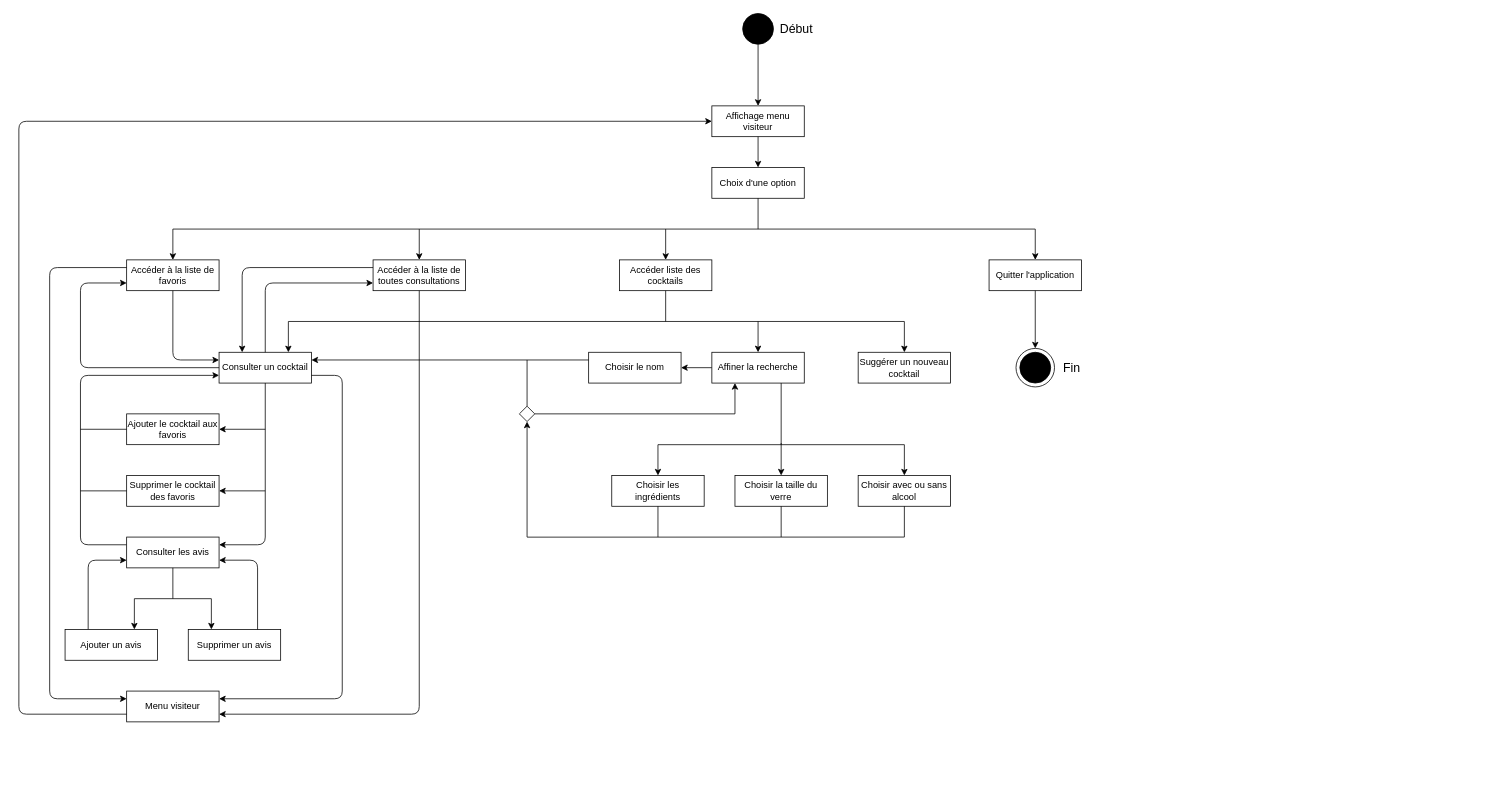
This is Diagramme d'état du menu administrateur.drawio from wahib299/ProjetInfo2A, a draw.io file, before an edit. Source tidied: cells renumbered, new cells numbered last; positions are measured from the earlier drawing's top-left corner, leaving out a move shared by most shapes. Both pictures are drawn from the tidied source at 77%, with x=0, y=0 at pixel (18, 13).
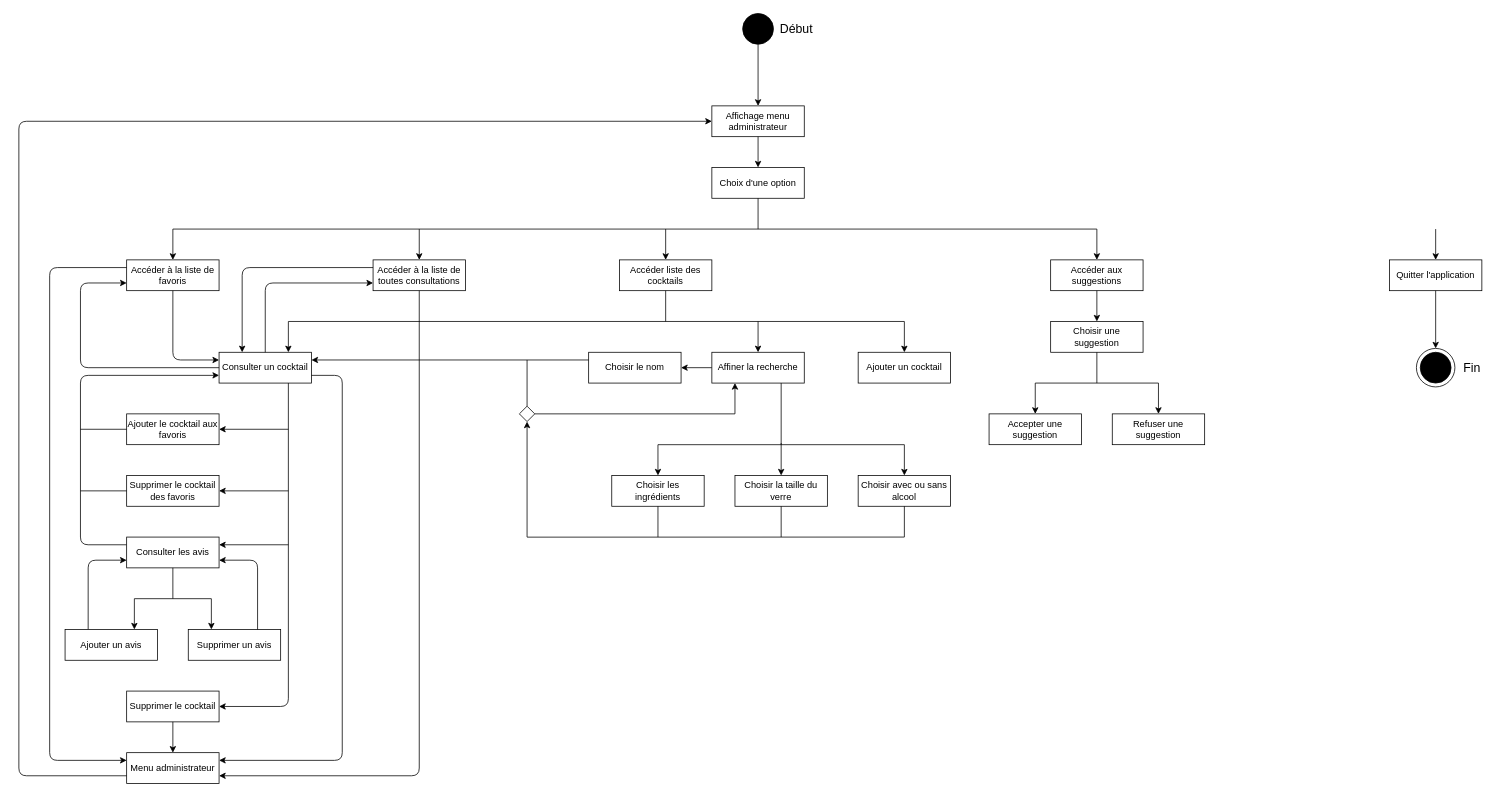
The same diagram, later.

Unchanged cells that the change refers to:
```xml
<mxCell id="31" value="Consulter un cocktail" style="rounded=0;whiteSpace=wrap;html=1;fillColor=#FFFFFF;" parent="1" vertex="1">
  <mxGeometry x="260" y="440" width="120" height="40" as="geometry" />
</mxCell>
<mxCell id="35" value="Supprimer le cocktail des favoris" style="rounded=0;whiteSpace=wrap;html=1;fillColor=#FFFFFF;" parent="1" vertex="1">
  <mxGeometry x="140" y="600" width="120" height="40" as="geometry" />
</mxCell>
<mxCell id="46" value="Accéder à la liste de favoris" style="rounded=0;whiteSpace=wrap;html=1;fillColor=#FFFFFF;" parent="1" vertex="1">
  <mxGeometry x="140" y="320" width="120" height="40" as="geometry" />
</mxCell>
<mxCell id="47" value="Ajouter le cocktail aux favoris" style="rounded=0;whiteSpace=wrap;html=1;fillColor=#FFFFFF;" parent="1" vertex="1">
  <mxGeometry x="140" y="520" width="120" height="40" as="geometry" />
</mxCell>
<mxCell id="54" value="Consulter les avis" style="rounded=0;whiteSpace=wrap;html=1;fillColor=#FFFFFF;" parent="1" vertex="1">
  <mxGeometry x="140" y="680" width="120" height="40" as="geometry" />
</mxCell>
<mxCell id="65" value="Accéder à la liste de toutes consultations" style="rounded=0;whiteSpace=wrap;html=1;fillColor=#FFFFFF;" parent="1" vertex="1">
  <mxGeometry x="460" y="320" width="120" height="40" as="geometry" />
</mxCell>
```

The edit, as a diff of the source:
```diff
@@
-    <mxCell id="3" value="Affichage menu visiteur" style="rounded=0;whiteSpace=wrap;html=1;fillColor=#FFFFFF;" parent="1" vertex="1">
+    <mxCell id="3" value="Affichage menu administrateur" style="rounded=0;whiteSpace=wrap;html=1;fillColor=#FFFFFF;" parent="1" vertex="1">
       <mxGeometry x="900" y="120" width="120" height="40" as="geometry" />
     </mxCell>
     <mxCell id="4" style="endArrow=none;html=1;" parent="1" edge="1">
       <mxGeometry relative="1" as="geometry">
         <mxPoint x="200" y="280" as="sourcePoint" />
-        <mxPoint x="1320" y="280" as="targetPoint" />
+        <mxPoint x="1400" y="280" as="targetPoint" />
       </mxGeometry>
     </mxCell>
@@
     <mxCell id="9" value="Quitter l'application" style="rounded=0;whiteSpace=wrap;html=1;fillColor=#FFFFFF;" parent="1" vertex="1">
-      <mxGeometry x="1260" y="320" width="120" height="40" as="geometry" />
+      <mxGeometry x="1780" y="320" width="120" height="40" as="geometry" />
     </mxCell>
     <mxCell id="10" style="endArrow=classic;html=1;entryX=0.5;entryY=0;entryDx=0;entryDy=0;" parent="1" edge="1" target="9">
       <mxGeometry relative="1" as="geometry">
-        <mxPoint x="1320" y="280" as="sourcePoint" />
+        <mxPoint x="1840" y="280" as="sourcePoint" />
       </mxGeometry>
     </mxCell>
     <mxCell id="11" style="ellipse;whiteSpace=wrap;html=1;fillColor=none;" parent="1" vertex="1">
-      <mxGeometry x="1295" y="435" width="50" height="50" as="geometry" />
+      <mxGeometry x="1815" y="435" width="50" height="50" as="geometry" />
     </mxCell>
     <mxCell id="12" style="ellipse;whiteSpace=wrap;html=1;fillColor=#000000;" parent="1" vertex="1">
-      <mxGeometry x="1300" y="440" width="40" height="40" as="geometry" />
+      <mxGeometry x="1820" y="440" width="40" height="40" as="geometry" />
     </mxCell>
@@
     <mxCell id="14" value="&lt;font style=&quot;font-size: 16px&quot;&gt;Fin&lt;/font&gt;" style="text;html=1;strokeColor=none;fillColor=none;align=center;verticalAlign=middle;whiteSpace=wrap;rounded=0;" parent="1" vertex="1">
-      <mxGeometry x="1345" y="450" width="45" height="20" as="geometry" />
+      <mxGeometry x="1865" y="450" width="45" height="20" as="geometry" />
     </mxCell>
@@
-    <mxCell id="36" value="Menu visiteur" style="rounded=0;whiteSpace=wrap;html=1;fillColor=#FFFFFF;" parent="1" vertex="1">
-      <mxGeometry x="140" y="880" width="120" height="40" as="geometry" />
+    <mxCell id="36" value="Menu administrateur" style="rounded=0;whiteSpace=wrap;html=1;fillColor=#FFFFFF;" parent="1" vertex="1">
+      <mxGeometry x="140" y="960" width="120" height="40" as="geometry" />
     </mxCell>
@@
     <mxCell id="50" style="endArrow=classic;html=1;entryX=0;entryY=0.5;entryDx=0;entryDy=0;exitX=0;exitY=0.75;exitDx=0;exitDy=0;" parent="1" edge="1" source="36" target="3">
       <mxGeometry relative="1" as="geometry">
         <Array as="points">
-          <mxPoint y="910" />
+          <mxPoint y="990" />
           <mxPoint y="140" />
         </Array>
       </mxGeometry>
     </mxCell>
@@
     <mxCell id="53" style="endArrow=classic;html=1;exitX=0;exitY=0.25;exitDx=0;exitDy=0;entryX=0;entryY=0.25;entryDx=0;entryDy=0;" parent="1" edge="1" source="46" target="36">
       <mxGeometry relative="1" as="geometry">
         <Array as="points">
           <mxPoint x="40" y="330" />
-          <mxPoint x="40" y="890" />
+          <mxPoint x="40" y="970" />
         </Array>
       </mxGeometry>
     </mxCell>
@@
-    <mxCell id="56" style="endArrow=classic;html=1;exitX=0.5;exitY=1;exitDx=0;exitDy=0;" parent="1" edge="1" source="31">
+    <mxCell id="56" style="endArrow=classic;html=1;exitX=0.75;exitY=1;exitDx=0;exitDy=0;entryX=1;entryY=0.5;entryDx=0;entryDy=0;" parent="1" edge="1" source="31" target="76">
       <mxGeometry relative="1" as="geometry">
-        <mxPoint x="260" y="690" as="targetPoint" />
         <Array as="points">
-          <mxPoint x="320" y="690" />
+          <mxPoint x="350" y="900" />
         </Array>
       </mxGeometry>
     </mxCell>
     <mxCell id="57" style="endArrow=classic;html=1;entryX=1;entryY=0.5;entryDx=0;entryDy=0;" parent="1" edge="1" target="47">
       <mxGeometry relative="1" as="geometry">
-        <mxPoint x="320" y="540" as="sourcePoint" />
+        <mxPoint x="350" y="540" as="sourcePoint" />
       </mxGeometry>
     </mxCell>
@@
     <mxCell id="59" style="endArrow=classic;html=1;entryX=1;entryY=0.25;entryDx=0;entryDy=0;exitX=1;exitY=0.75;exitDx=0;exitDy=0;" parent="1" edge="1" source="31" target="36">
       <mxGeometry relative="1" as="geometry">
         <Array as="points">
           <mxPoint x="420" y="470" />
-          <mxPoint x="420" y="890" />
+          <mxPoint x="420" y="970" />
         </Array>
       </mxGeometry>
     </mxCell>
     <mxCell id="60" style="endArrow=classic;html=1;entryX=1;entryY=0.5;entryDx=0;entryDy=0;" parent="1" edge="1" target="35">
       <mxGeometry relative="1" as="geometry">
-        <mxPoint x="320" y="620" as="sourcePoint" />
+        <mxPoint x="350" y="620" as="sourcePoint" />
       </mxGeometry>
     </mxCell>
@@
-    <mxCell id="63" value="Suggérer un nouveau cocktail" style="rounded=0;whiteSpace=wrap;html=1;fillColor=#FFFFFF;" parent="1" vertex="1">
+    <mxCell id="63" value="Ajouter un cocktail" style="rounded=0;whiteSpace=wrap;html=1;fillColor=#FFFFFF;" parent="1" vertex="1">
       <mxGeometry x="1090" y="440" width="120" height="40" as="geometry" />
     </mxCell>
@@
     <mxCell id="69" style="endArrow=classic;html=1;entryX=1;entryY=0.75;entryDx=0;entryDy=0;exitX=0.5;exitY=1;exitDx=0;exitDy=0;" parent="1" edge="1" source="65" target="36">
       <mxGeometry relative="1" as="geometry">
         <Array as="points">
-          <mxPoint x="520" y="910" />
+          <mxPoint x="520" y="990" />
         </Array>
       </mxGeometry>
     </mxCell>
@@
+    <mxCell id="76" value="Supprimer le cocktail" style="rounded=0;whiteSpace=wrap;html=1;fillColor=#FFFFFF;" parent="1" vertex="1">
+      <mxGeometry x="140" y="880" width="120" height="40" as="geometry" />
+    </mxCell>
+    <mxCell id="77" style="endArrow=classic;html=1;entryX=1;entryY=0.25;entryDx=0;entryDy=0;" parent="1" edge="1" target="54">
+      <mxGeometry relative="1" as="geometry">
+        <mxPoint x="350" y="690" as="sourcePoint" />
+      </mxGeometry>
+    </mxCell>
+    <mxCell id="78" style="endArrow=classic;html=1;exitX=0.5;exitY=1;exitDx=0;exitDy=0;entryX=0.5;entryY=0;entryDx=0;entryDy=0;" parent="1" edge="1" source="76" target="36">
+      <mxGeometry relative="1" as="geometry" />
+    </mxCell>
+    <mxCell id="79" value="Accéder aux suggestions" style="rounded=0;whiteSpace=wrap;html=1;fillColor=#FFFFFF;" parent="1" vertex="1">
+      <mxGeometry x="1340" y="320" width="120" height="40" as="geometry" />
+    </mxCell>
+    <mxCell id="80" style="endArrow=classic;html=1;entryX=0.5;entryY=0;entryDx=0;entryDy=0;" parent="1" edge="1" target="79">
+      <mxGeometry relative="1" as="geometry">
+        <mxPoint x="1400" y="280" as="sourcePoint" />
+      </mxGeometry>
+    </mxCell>
+    <mxCell id="81" value="Accepter une suggestion" style="rounded=0;whiteSpace=wrap;html=1;fillColor=#FFFFFF;" parent="1" vertex="1">
+      <mxGeometry x="1260" y="520" width="120" height="40" as="geometry" />
+    </mxCell>
+    <mxCell id="82" style="endArrow=classic;html=1;entryX=0.5;entryY=0;entryDx=0;entryDy=0;" parent="1" edge="1" target="81">
+      <mxGeometry relative="1" as="geometry">
+        <mxPoint x="1320" y="480" as="sourcePoint" />
+      </mxGeometry>
+    </mxCell>
+    <mxCell id="83" value="Refuser une suggestion" style="rounded=0;whiteSpace=wrap;html=1;fillColor=#FFFFFF;" parent="1" vertex="1">
+      <mxGeometry x="1420" y="520" width="120" height="40" as="geometry" />
+    </mxCell>
+    <mxCell id="84" style="endArrow=classic;html=1;entryX=0.5;entryY=0;entryDx=0;entryDy=0;" parent="1" edge="1" target="83">
+      <mxGeometry relative="1" as="geometry">
+        <mxPoint x="1480" y="480" as="sourcePoint" />
+      </mxGeometry>
+    </mxCell>
+    <mxCell id="85" value="Choisir une suggestion" style="rounded=0;whiteSpace=wrap;html=1;fillColor=#FFFFFF;" parent="1" vertex="1">
+      <mxGeometry x="1340" y="400" width="120" height="40" as="geometry" />
+    </mxCell>
+    <mxCell id="86" style="endArrow=classic;html=1;entryX=0.5;entryY=0;entryDx=0;entryDy=0;" parent="1" edge="1" target="85">
+      <mxGeometry relative="1" as="geometry">
+        <mxPoint x="1400" y="360" as="sourcePoint" />
+      </mxGeometry>
+    </mxCell>
+    <mxCell id="87" style="endArrow=none;html=1;" parent="1" edge="1">
+      <mxGeometry relative="1" as="geometry">
+        <mxPoint x="1320" y="480" as="sourcePoint" />
+        <mxPoint x="1480" y="480" as="targetPoint" />
+      </mxGeometry>
+    </mxCell>
+    <mxCell id="88" style="endArrow=none;html=1;entryX=0.5;entryY=1;entryDx=0;entryDy=0;" parent="1" edge="1" target="85">
+      <mxGeometry relative="1" as="geometry">
+        <mxPoint x="1400" y="480" as="sourcePoint" />
+      </mxGeometry>
+    </mxCell>
```
